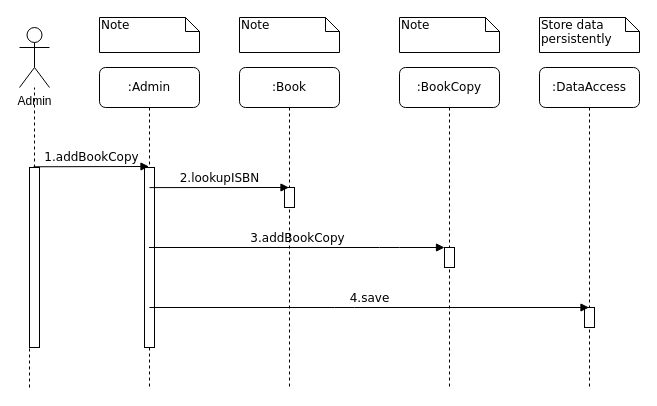
Earlier version of the draw.io diagram Sequence_AddCopy.drawio (megaunknown/UML). Source tidied: cells renumbered, new cells numbered last; positions are measured from the earlier drawing's top-left corner, leaving out a move shared by most shapes. Both pictures are drawn from the tidied source at 100%, with x=0, y=0 at pixel (19, 17).
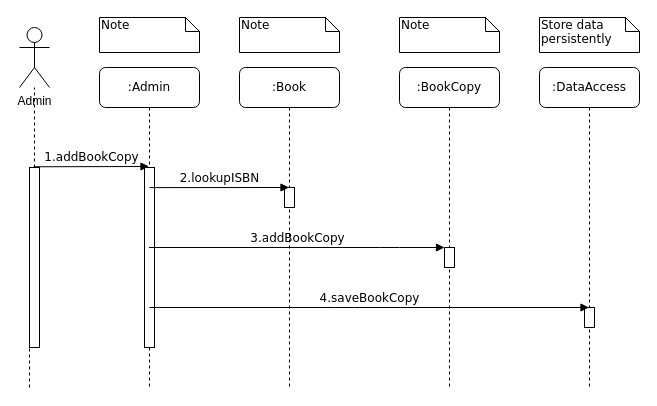
The same page after the edit.

The change refers to these unchanged cells:
```xml
<mxCell id="6" value=":DataAccess" style="shape=umlLifeline;perimeter=lifelinePerimeter;whiteSpace=wrap;html=1;outlineConnect=0;rounded=1;shadow=0;comic=0;labelBackgroundColor=none;strokeWidth=1;fontFamily=Verdana;fontSize=12;align=center;" parent="1" vertex="1">
  <mxGeometry x="520" y="50" width="100" height="320" as="geometry" />
</mxCell>
```

What changed in the source:
```diff
@@
-    <mxCell id="21" value="4.save" style="html=1;verticalAlign=bottom;endArrow=block;labelBackgroundColor=none;fontFamily=Verdana;fontSize=12;edgeStyle=elbowEdgeStyle;elbow=vertical;" parent="1" edge="1" target="6">
+    <mxCell id="21" value="4.saveBookCopy" style="html=1;verticalAlign=bottom;endArrow=block;labelBackgroundColor=none;fontFamily=Verdana;fontSize=12;edgeStyle=elbowEdgeStyle;elbow=vertical;" parent="1" edge="1" target="6">
       <mxGeometry relative="1" as="geometry">
         <mxPoint x="130" y="290" as="sourcePoint" />
       </mxGeometry>
     </mxCell>
```
